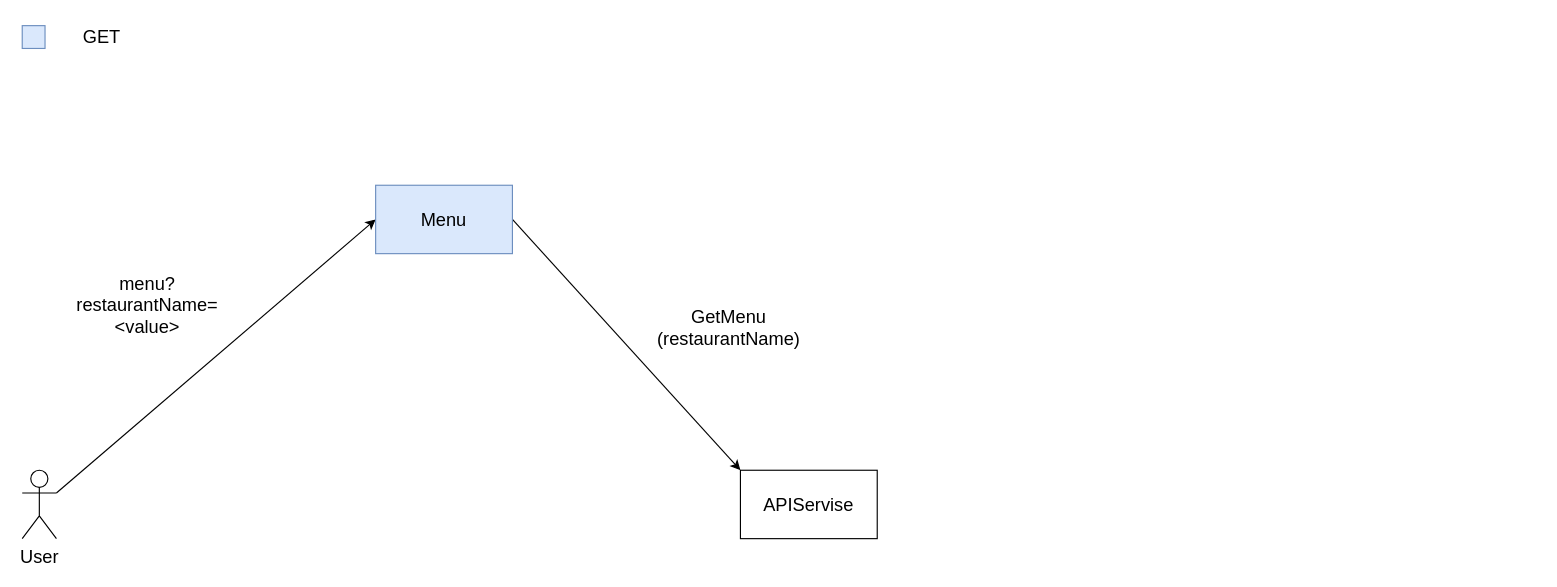
Above: Architecture/Pyszne_API REST Architecture.drawio in ArtemkaKun/Pyszne.API (draw.io), before the change. Source tidied: cells renumbered, new cells numbered last; positions are measured from the earlier drawing's top-left corner, leaving out a move shared by most shapes. Both pictures are drawn from the tidied source at 114%, with x=0, y=0 at pixel (22, 19).
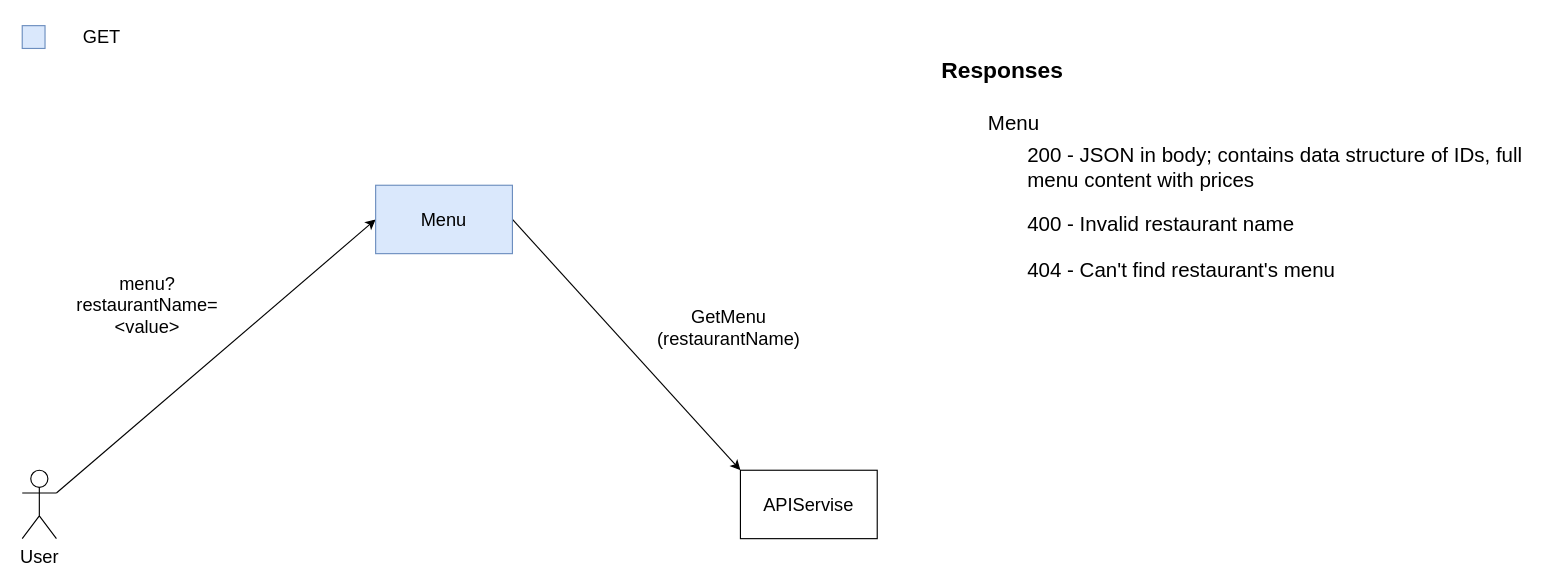
The same page after the edit.

Commit message:
Menu request responses with codes were added

The edit, as a diff of the source:
```diff
@@
 <mxGraphModel>
   <root>
     <mxCell id="0" />
     <mxCell id="1" parent="0" />
     <mxCell id="2" style="rounded=0;jettySize=auto;html=1;exitX=1;exitY=0.3333333333333333;exitDx=0;exitDy=0;exitPerimeter=0;entryX=0;entryY=0.5;entryDx=0;entryDy=0;fontSize=16;" parent="1" edge="1" source="3" target="5">
       <mxGeometry relative="1" as="geometry" />
     </mxCell>
     <mxCell id="3" value="&lt;font style=&quot;font-size: 16px&quot;&gt;User&lt;/font&gt;" style="shape=umlActor;verticalLabelPosition=bottom;verticalAlign=top;html=1;outlineConnect=0;" parent="1" vertex="1">
       <mxGeometry y="395" width="30" height="60" as="geometry" />
     </mxCell>
     <mxCell id="4" style="edgeStyle=none;rounded=0;jettySize=auto;html=1;exitX=1;exitY=0.5;exitDx=0;exitDy=0;entryX=0;entryY=0;entryDx=0;entryDy=0;fontSize=16;" parent="1" edge="1" source="5" target="6">
       <mxGeometry relative="1" as="geometry" />
     </mxCell>
     <mxCell id="5" value="Menu" style="rounded=0;whiteSpace=wrap;html=1;fontSize=16;fillColor=#dae8fc;strokeColor=#6c8ebf;" parent="1" vertex="1">
       <mxGeometry x="310" y="145" width="120" height="60" as="geometry" />
     </mxCell>
     <mxCell id="6" value="APIServise" style="rounded=0;whiteSpace=wrap;html=1;fontSize=16;" parent="1" vertex="1">
       <mxGeometry x="630" y="395" width="120" height="60" as="geometry" />
     </mxCell>
     <mxCell id="7" value="GetMenu (restaurantName)" style="text;html=1;strokeColor=none;fillColor=none;align=center;verticalAlign=middle;whiteSpace=wrap;rounded=0;fontSize=16;" parent="1" vertex="1">
       <mxGeometry x="550" y="245" width="140" height="50" as="geometry" />
     </mxCell>
     <mxCell id="8" value="menu?restaurantName=&amp;lt;value&amp;gt;" style="text;html=1;strokeColor=none;fillColor=none;align=center;verticalAlign=middle;whiteSpace=wrap;rounded=0;fontSize=16;" parent="1" vertex="1">
       <mxGeometry x="40" y="225" width="140" height="50" as="geometry" />
     </mxCell>
     <mxCell id="9" style="rounded=0;whiteSpace=wrap;html=1;fontSize=16;fillColor=#dae8fc;strokeColor=#6c8ebf;" parent="1" vertex="1">
       <mxGeometry y="5" width="20" height="20" as="geometry" />
     </mxCell>
     <mxCell id="10" value="GET" style="text;html=1;strokeColor=none;fillColor=none;align=center;verticalAlign=middle;whiteSpace=wrap;rounded=0;fontSize=16;" parent="1" vertex="1">
       <mxGeometry x="40" width="60" height="30" as="geometry" />
     </mxCell>
+    <mxCell id="11" value="&lt;font style=&quot;font-size: 20px&quot;&gt;&lt;b&gt;Responses&lt;/b&gt;&lt;/font&gt;" style="text;html=1;strokeColor=none;fillColor=none;align=center;verticalAlign=middle;whiteSpace=wrap;rounded=0;fontSize=16;" parent="1" vertex="1">
+      <mxGeometry x="810" y="30" width="100" height="25" as="geometry" />
+    </mxCell>
+    <mxCell id="12" value="&lt;font style=&quot;font-size: 18px&quot;&gt;Menu&lt;/font&gt;" style="text;html=1;strokeColor=none;fillColor=none;align=center;verticalAlign=middle;whiteSpace=wrap;rounded=0;fontSize=20;" parent="1" vertex="1">
+      <mxGeometry x="840" y="75" width="60" height="30" as="geometry" />
+    </mxCell>
+    <mxCell id="13" value="200 - JSON in body; contains data structure of IDs, full menu content with prices" style="text;html=1;strokeColor=none;fillColor=none;align=left;verticalAlign=middle;whiteSpace=wrap;rounded=0;fontSize=18;" parent="1" vertex="1">
+      <mxGeometry x="880" y="115" width="450" height="30" as="geometry" />
+    </mxCell>
+    <mxCell id="14" value="400 - Invalid restaurant name" style="text;html=1;strokeColor=none;fillColor=none;align=left;verticalAlign=middle;whiteSpace=wrap;rounded=0;fontSize=18;" parent="1" vertex="1">
+      <mxGeometry x="880" y="165" width="450" height="30" as="geometry" />
+    </mxCell>
+    <mxCell id="15" value="404 - Can't find restaurant's menu" style="text;html=1;strokeColor=none;fillColor=none;align=left;verticalAlign=middle;whiteSpace=wrap;rounded=0;fontSize=18;" parent="1" vertex="1">
+      <mxGeometry x="880" y="205" width="450" height="30" as="geometry" />
+    </mxCell>
   </root>
 </mxGraphModel>
```
